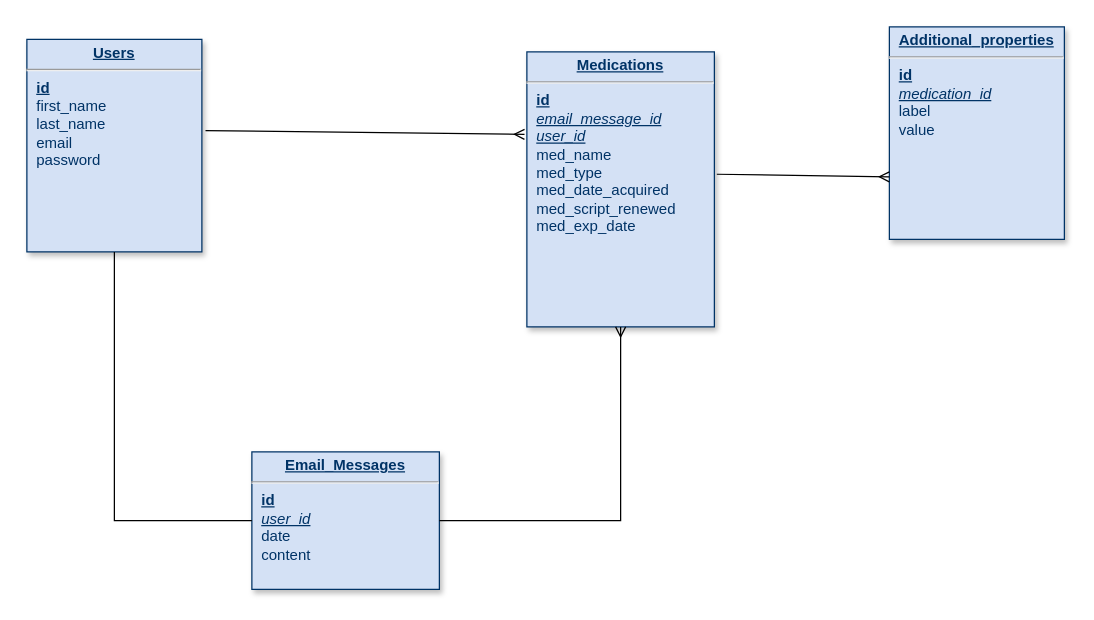
Earlier version of the draw.io diagram public/assets/ERD/ERD.drawio (bernardjbs/Medic-Manager). Source tidied: cells renumbered, new cells numbered last; positions are measured from the earlier drawing's top-left corner, leaving out a move shared by most shapes. Both pictures are drawn from the tidied source at 125%, with x=0, y=0 at pixel (26, 26).
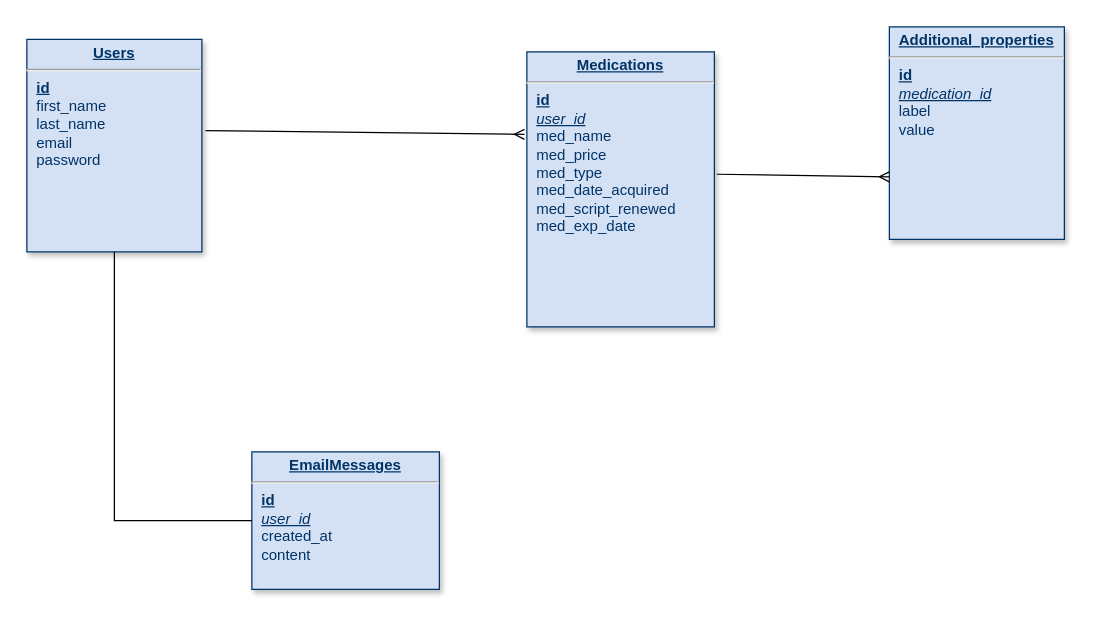
The same diagram, later.

What changed in the source:
```diff
@@
 <mxGraphModel>
   <root>
     <mxCell id="0" />
     <mxCell id="1" parent="0" />
     <mxCell id="2" value="&lt;p style=&quot;margin: 0px ; margin-top: 4px ; text-align: center ; text-decoration: underline&quot;&gt;&lt;strong&gt;Users&lt;/strong&gt;&lt;/p&gt;&lt;hr&gt;&lt;p style=&quot;margin: 0px ; margin-left: 8px&quot;&gt;&lt;u&gt;&lt;b&gt;id&lt;/b&gt;&lt;/u&gt;&lt;/p&gt;&lt;p style=&quot;margin: 0px ; margin-left: 8px&quot;&gt;&lt;span style=&quot;background-color: initial;&quot;&gt;first_name&lt;/span&gt;&lt;br&gt;&lt;/p&gt;&lt;p style=&quot;margin: 0px ; margin-left: 8px&quot;&gt;&lt;span style=&quot;background-color: initial;&quot;&gt;last_name&lt;/span&gt;&lt;/p&gt;&lt;p style=&quot;margin: 0px ; margin-left: 8px&quot;&gt;email&lt;span style=&quot;background-color: initial;&quot;&gt;&lt;br&gt;&lt;/span&gt;&lt;/p&gt;&lt;p style=&quot;margin: 0px ; margin-left: 8px&quot;&gt;password&lt;br&gt;&lt;/p&gt;" style="verticalAlign=top;align=left;overflow=fill;fontSize=12;fontFamily=Helvetica;html=1;strokeColor=#003366;shadow=1;fillColor=#D4E1F5;fontColor=#003366;" parent="1" vertex="1">
       <mxGeometry y="10" width="140" height="170" as="geometry" />
     </mxCell>
-    <mxCell id="3" value="&lt;p style=&quot;margin: 0px ; margin-top: 4px ; text-align: center ; text-decoration: underline&quot;&gt;&lt;strong&gt;Medications&lt;/strong&gt;&lt;/p&gt;&lt;hr&gt;&lt;p style=&quot;margin: 0px ; margin-left: 8px&quot;&gt;&lt;u&gt;&lt;b&gt;id&lt;/b&gt;&lt;/u&gt;&lt;/p&gt;&lt;p style=&quot;margin: 0px ; margin-left: 8px&quot;&gt;&lt;span style=&quot;background-color: initial;&quot;&gt;&lt;i&gt;&lt;u&gt;email_message_id&lt;/u&gt;&lt;/i&gt;&lt;/span&gt;&lt;br&gt;&lt;/p&gt;&lt;p style=&quot;margin: 0px ; margin-left: 8px&quot;&gt;&lt;span style=&quot;background-color: initial;&quot;&gt;&lt;i&gt;&lt;u&gt;user_id&lt;/u&gt;&lt;/i&gt;&lt;/span&gt;&lt;/p&gt;&lt;p style=&quot;margin: 0px ; margin-left: 8px&quot;&gt;med_name&lt;/p&gt;&lt;p style=&quot;margin: 0px ; margin-left: 8px&quot;&gt;med_type&lt;/p&gt;&lt;p style=&quot;margin: 0px ; margin-left: 8px&quot;&gt;med_date_acquired&lt;/p&gt;&lt;p style=&quot;margin: 0px ; margin-left: 8px&quot;&gt;med_script_renewed&lt;/p&gt;&lt;p style=&quot;margin: 0px ; margin-left: 8px&quot;&gt;med_exp_date&lt;/p&gt;" style="verticalAlign=top;align=left;overflow=fill;fontSize=12;fontFamily=Helvetica;html=1;strokeColor=#003366;shadow=1;fillColor=#D4E1F5;fontColor=#003366;" parent="1" vertex="1">
+    <mxCell id="3" value="&lt;p style=&quot;margin: 0px ; margin-top: 4px ; text-align: center ; text-decoration: underline&quot;&gt;&lt;strong&gt;Medications&lt;/strong&gt;&lt;/p&gt;&lt;hr&gt;&lt;p style=&quot;margin: 0px ; margin-left: 8px&quot;&gt;&lt;u&gt;&lt;b&gt;id&lt;/b&gt;&lt;/u&gt;&lt;/p&gt;&lt;p style=&quot;margin: 0px ; margin-left: 8px&quot;&gt;&lt;i style=&quot;background-color: initial;&quot;&gt;&lt;u&gt;user_id&lt;/u&gt;&lt;/i&gt;&lt;br&gt;&lt;/p&gt;&lt;p style=&quot;margin: 0px ; margin-left: 8px&quot;&gt;med_name&lt;/p&gt;&lt;p style=&quot;margin: 0px ; margin-left: 8px&quot;&gt;med_price&lt;/p&gt;&lt;p style=&quot;margin: 0px ; margin-left: 8px&quot;&gt;med_type&lt;/p&gt;&lt;p style=&quot;margin: 0px ; margin-left: 8px&quot;&gt;med_date_acquired&lt;/p&gt;&lt;p style=&quot;margin: 0px ; margin-left: 8px&quot;&gt;med_script_renewed&lt;/p&gt;&lt;p style=&quot;margin: 0px ; margin-left: 8px&quot;&gt;med_exp_date&lt;/p&gt;" style="verticalAlign=top;align=left;overflow=fill;fontSize=12;fontFamily=Helvetica;html=1;strokeColor=#003366;shadow=1;fillColor=#D4E1F5;fontColor=#003366;" parent="1" vertex="1">
       <mxGeometry x="400" y="20" width="150" height="220" as="geometry" />
     </mxCell>
-    <mxCell id="4" value="&lt;p style=&quot;margin: 0px ; margin-top: 4px ; text-align: center ; text-decoration: underline&quot;&gt;&lt;strong&gt;Email_Messages&lt;/strong&gt;&lt;/p&gt;&lt;hr&gt;&lt;p style=&quot;margin: 0px ; margin-left: 8px&quot;&gt;&lt;u&gt;&lt;b&gt;id&lt;/b&gt;&lt;/u&gt;&lt;/p&gt;&lt;p style=&quot;margin: 0px ; margin-left: 8px&quot;&gt;&lt;i&gt;&lt;u&gt;user_id&lt;/u&gt;&lt;/i&gt;&lt;/p&gt;&lt;p style=&quot;margin: 0px ; margin-left: 8px&quot;&gt;date&lt;/p&gt;&lt;p style=&quot;margin: 0px ; margin-left: 8px&quot;&gt;content&lt;/p&gt;" style="verticalAlign=top;align=left;overflow=fill;fontSize=12;fontFamily=Helvetica;html=1;strokeColor=#003366;shadow=1;fillColor=#D4E1F5;fontColor=#003366;" parent="1" vertex="1">
+    <mxCell id="4" value="&lt;p style=&quot;margin: 0px ; margin-top: 4px ; text-align: center ; text-decoration: underline&quot;&gt;&lt;strong&gt;EmailMessages&lt;/strong&gt;&lt;/p&gt;&lt;hr&gt;&lt;p style=&quot;margin: 0px ; margin-left: 8px&quot;&gt;&lt;u&gt;&lt;b&gt;id&lt;/b&gt;&lt;/u&gt;&lt;/p&gt;&lt;p style=&quot;margin: 0px ; margin-left: 8px&quot;&gt;&lt;i&gt;&lt;u&gt;user_id&lt;/u&gt;&lt;/i&gt;&lt;/p&gt;&lt;p style=&quot;margin: 0px ; margin-left: 8px&quot;&gt;created_at&lt;/p&gt;&lt;p style=&quot;margin: 0px ; margin-left: 8px&quot;&gt;content&lt;/p&gt;" style="verticalAlign=top;align=left;overflow=fill;fontSize=12;fontFamily=Helvetica;html=1;strokeColor=#003366;shadow=1;fillColor=#D4E1F5;fontColor=#003366;" parent="1" vertex="1">
       <mxGeometry x="180" y="340" width="150" height="110" as="geometry" />
     </mxCell>
     <mxCell id="5" style="endArrow=ERmany;html=1;rounded=0;endFill=0;exitX=1.021;exitY=0.441;exitDx=0;exitDy=0;exitPerimeter=0;entryX=-0.013;entryY=0.309;entryDx=0;entryDy=0;entryPerimeter=0;" parent="1" edge="1">
       <mxGeometry relative="1" as="geometry">
         <mxPoint x="142.9" y="83" as="sourcePoint" />
         <mxPoint x="398.1" y="86" as="targetPoint" />
       </mxGeometry>
     </mxCell>
-    <mxCell id="6" style="endArrow=ERmany;html=1;rounded=0;exitX=1;exitY=0.5;exitDx=0;exitDy=0;endFill=0;entryX=0.5;entryY=1;entryDx=0;entryDy=0;" parent="1" edge="1" source="4" target="3">
-      <mxGeometry relative="1" as="geometry">
-        <Array as="points">
-          <mxPoint x="475" y="395" />
-        </Array>
-      </mxGeometry>
-    </mxCell>
     <mxCell id="7" style="endArrow=none;html=1;rounded=0;exitX=0;exitY=0.5;exitDx=0;exitDy=0;endFill=0;entryX=0.5;entryY=1;entryDx=0;entryDy=0;" parent="1" edge="1" source="4" target="2">
       <mxGeometry relative="1" as="geometry">
         <Array as="points">
           <mxPoint x="70" y="395" />
         </Array>
       </mxGeometry>
     </mxCell>
     <mxCell id="8" value="&lt;p style=&quot;margin: 0px ; margin-top: 4px ; text-align: center ; text-decoration: underline&quot;&gt;&lt;strong&gt;Additional_properties&lt;/strong&gt;&lt;/p&gt;&lt;hr&gt;&lt;p style=&quot;margin: 0px ; margin-left: 8px&quot;&gt;&lt;u&gt;&lt;b&gt;id&lt;/b&gt;&lt;/u&gt;&lt;/p&gt;&lt;p style=&quot;margin: 0px ; margin-left: 8px&quot;&gt;&lt;span style=&quot;background-color: initial;&quot;&gt;&lt;i&gt;&lt;u&gt;medication_id&lt;/u&gt;&lt;/i&gt;&lt;/span&gt;&lt;/p&gt;&lt;p style=&quot;margin: 0px ; margin-left: 8px&quot;&gt;label&lt;/p&gt;&lt;p style=&quot;margin: 0px ; margin-left: 8px&quot;&gt;value&lt;/p&gt;" style="verticalAlign=top;align=left;overflow=fill;fontSize=12;fontFamily=Helvetica;html=1;strokeColor=#003366;shadow=1;fillColor=#D4E1F5;fontColor=#003366;" parent="1" vertex="1">
       <mxGeometry x="690" width="140" height="170" as="geometry" />
     </mxCell>
     <mxCell id="9" style="endArrow=ERmany;html=1;rounded=0;endFill=0;exitX=1.013;exitY=0.445;exitDx=0;exitDy=0;exitPerimeter=0;entryX=0;entryY=0.706;entryDx=0;entryDy=0;entryPerimeter=0;" parent="1" edge="1" source="3" target="8">
       <mxGeometry relative="1" as="geometry" />
     </mxCell>
   </root>
 </mxGraphModel>
```
